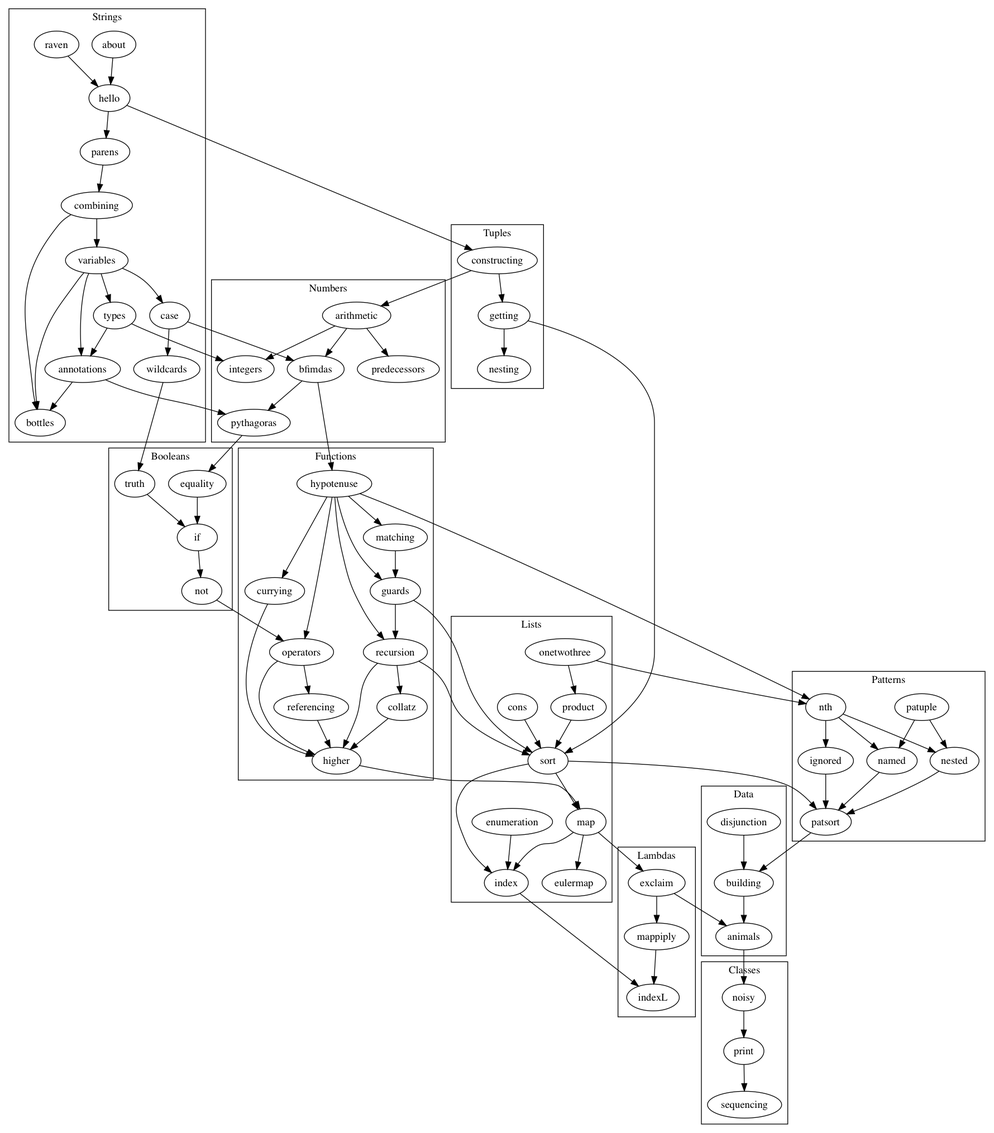
The Graphviz diagram notebooks/images/chapters.png in sordina/crashkell, before a commit. Its source is kept beside it as graph/chapters.dot.
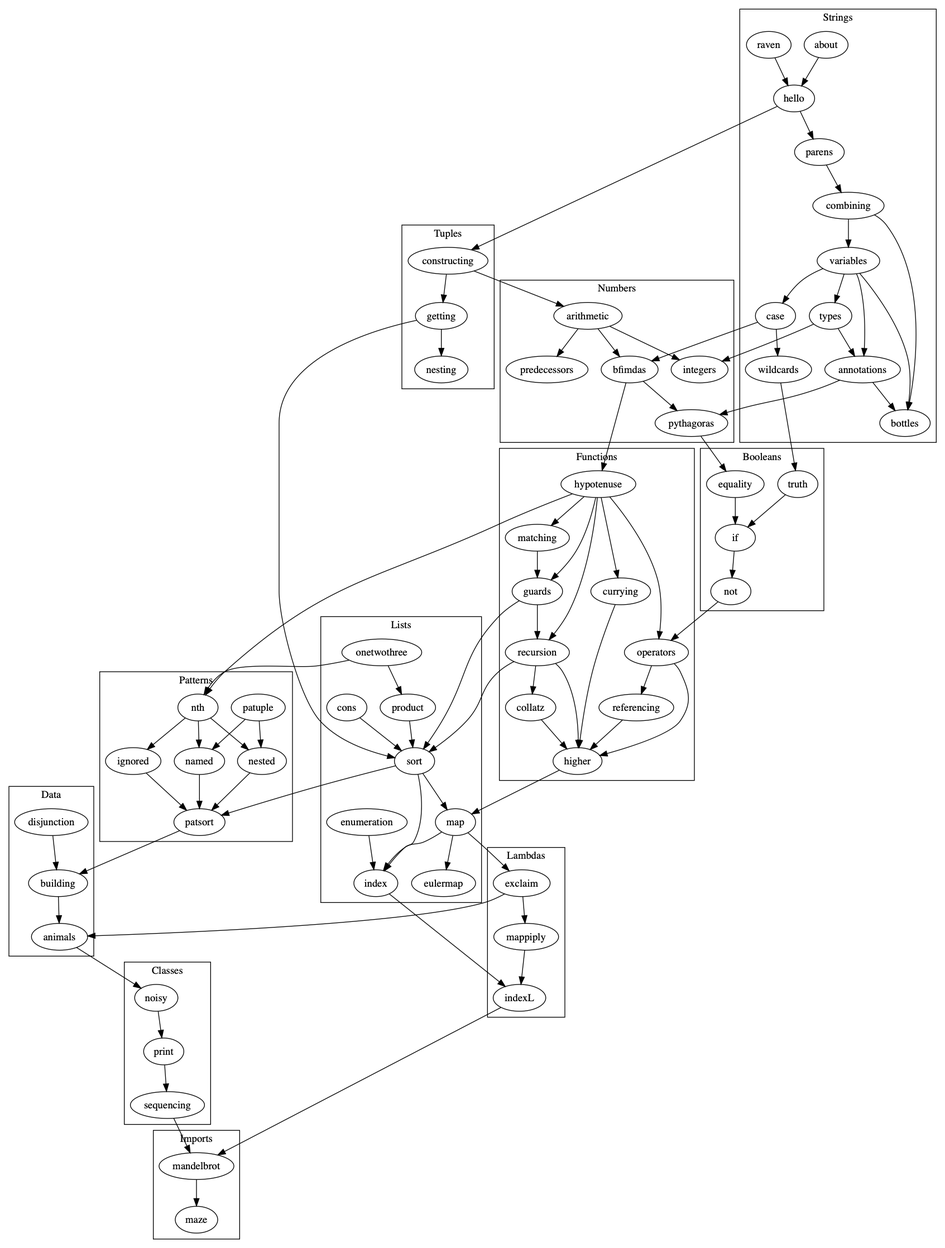
Above is the later version.

The edit, as a diff of the source:
```diff
@@ -188,3 +188,14 @@
 	animals -> noisy;
 
 }
+
+subgraph cluster_imports {
+	label="Imports";
+	mandelbrot;
+	maze;
+
+	mandelbrot -> maze;
+	indexL -> mandelbrot;
+	sequencing -> mandelbrot;
+
+}
```
